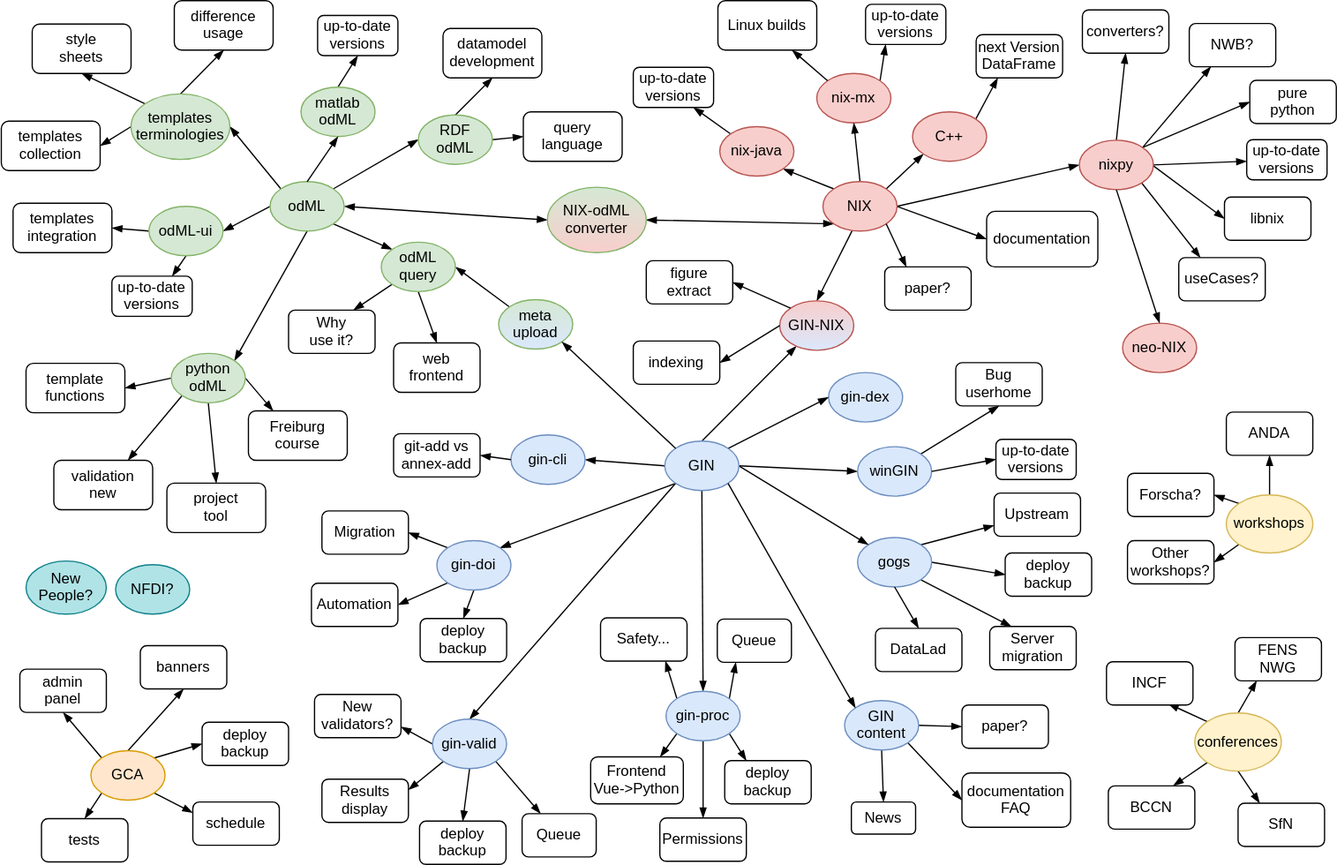
mpsonntag/prodoc keeps this draw.io diagram as projects_overview/G-Node_project_map.svg. Above is the earlier version. Source tidied: cells renumbered, new cells last; positions are measured from the earlier drawing's top-left corner, leaving out a move shared by most shapes.
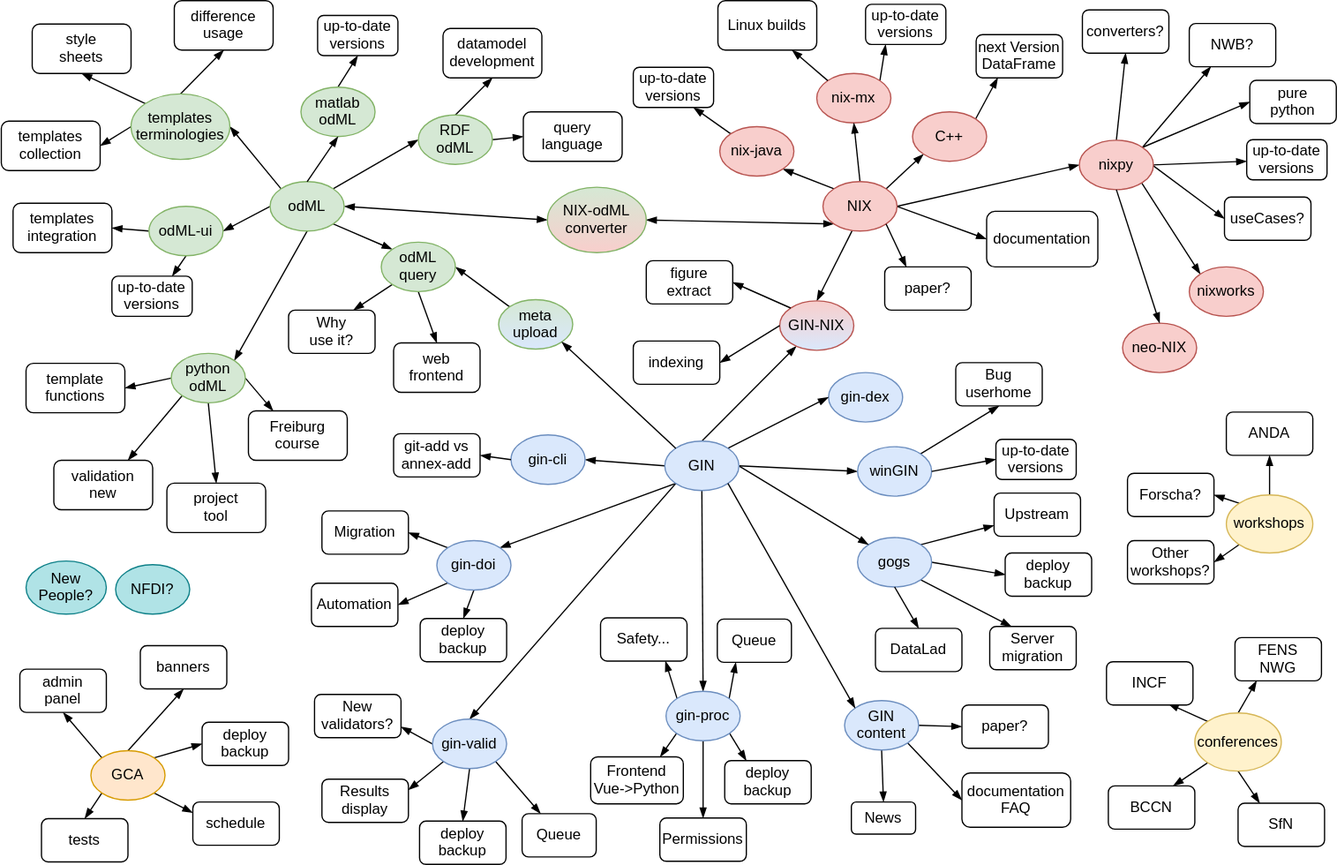
Later version of the same file.

Commit message:
[proj] Add nixworks in overview

Diff of the diagram source:
```diff
@@ -66,7 +66,7 @@
     <mxCell id="21" style="edgeStyle=none;rounded=0;jettySize=auto;exitX=0.5;exitY=0;exitDx=0;exitDy=0;entryX=0.5;entryY=1;entryDx=0;entryDy=0;endArrow=blockThin;endFill=1;" parent="1" edge="1" source="23" target="30">
       <mxGeometry relative="1" as="geometry" />
     </mxCell>
-    <mxCell id="22" style="edgeStyle=none;rounded=0;jettySize=auto;exitX=1;exitY=1;exitDx=0;exitDy=0;entryX=0.25;entryY=0;entryDx=0;entryDy=0;endArrow=blockThin;endFill=1;" parent="1" edge="1" target="31">
+    <mxCell id="22" style="edgeStyle=none;rounded=0;jettySize=auto;exitX=1;exitY=1;exitDx=0;exitDy=0;entryX=0;entryY=0;entryDx=0;entryDy=0;endArrow=blockThin;endFill=1;" parent="1" edge="1" target="181">
       <mxGeometry relative="1" as="geometry">
         <mxPoint x="922.2" y="147.1" as="sourcePoint" />
       </mxGeometry>
@@ -86,7 +86,7 @@
     <mxCell id="27" value="paper?" style="rounded=1;" parent="1" vertex="1">
       <mxGeometry x="714.5" y="215.5" width="70" height="35" as="geometry" />
     </mxCell>
-    <mxCell id="28" value="libnix" style="rounded=1;" parent="1" vertex="1">
+    <mxCell id="28" value="useCases?" style="rounded=1;" parent="1" vertex="1">
       <mxGeometry x="989.5" y="159" width="70" height="35" as="geometry" />
     </mxCell>
     <mxCell id="29" value="next Version&#10;DataFrame" style="rounded=1;" parent="1" vertex="1">
@@ -95,9 +95,6 @@
     <mxCell id="30" value="converters?" style="rounded=1;" parent="1" vertex="1">
       <mxGeometry x="874.5" y="7.5" width="70" height="35" as="geometry" />
     </mxCell>
-    <mxCell id="31" value="useCases?" style="rounded=1;" parent="1" vertex="1">
-      <mxGeometry x="952.5" y="208" width="70" height="35" as="geometry" />
-    </mxCell>
     <mxCell id="32" value="documentation" style="rounded=1;" parent="1" vertex="1">
       <mxGeometry x="797" y="170.5" width="90" height="45" as="geometry" />
     </mxCell>
@@ -545,5 +542,8 @@
     <mxCell id="180" value="Safety..." style="rounded=1;" parent="1" vertex="1">
       <mxGeometry x="484.5" y="499.5" width="70" height="35" as="geometry" />
     </mxCell>
+    <mxCell id="181" value="nixworks" style="ellipse;fillColor=#f8cecc;strokeColor=#b85450;" parent="1" vertex="1">
+      <mxGeometry x="961" y="215.5" width="60" height="40" as="geometry" />
+    </mxCell>
   </root>
 </mxGraphModel>
```
